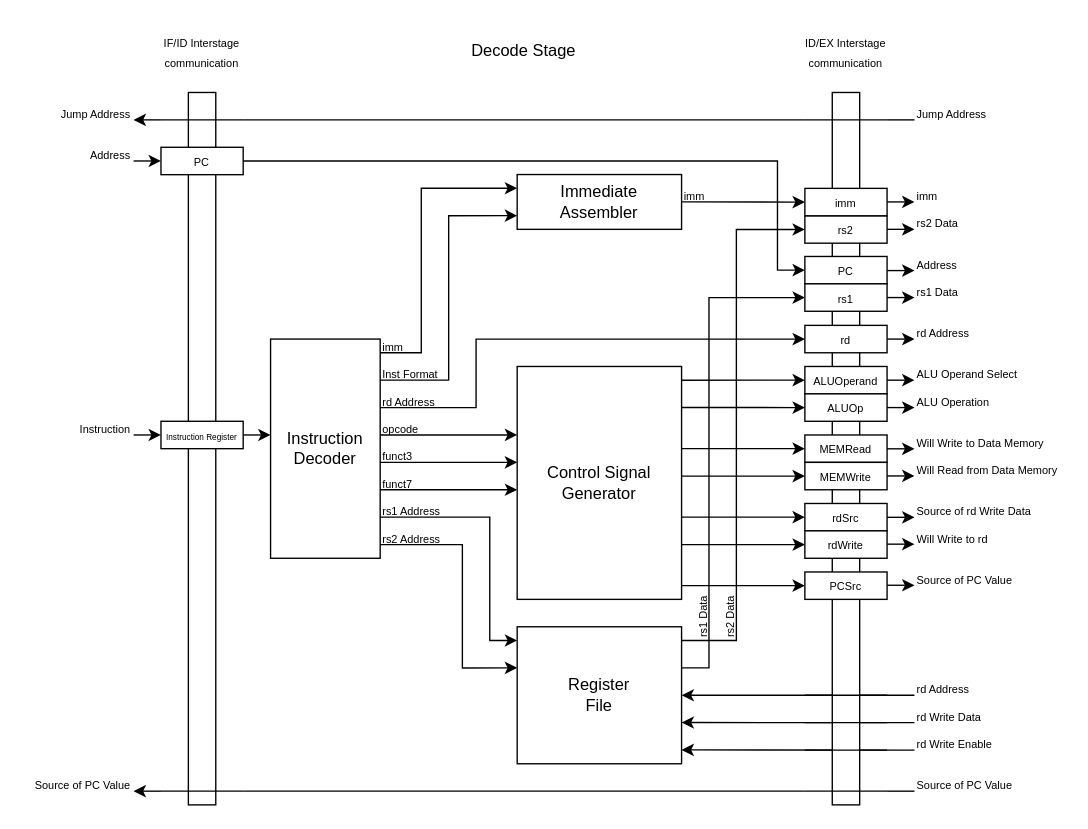
WachirawichN/C0-CPU keeps this draw.io diagram as page "Decode stage" (3 of 6) of docs/imgs/microarchitecture/datapath.drawio. Above is the earlier version. Source tidied: cells renumbered, new cells numbered last; positions are measured from the earlier drawing's top-left corner, leaving out a move shared by most shapes. Both pictures are drawn from the tidied source at 137%, with x=0, y=0 at pixel (23, 23).
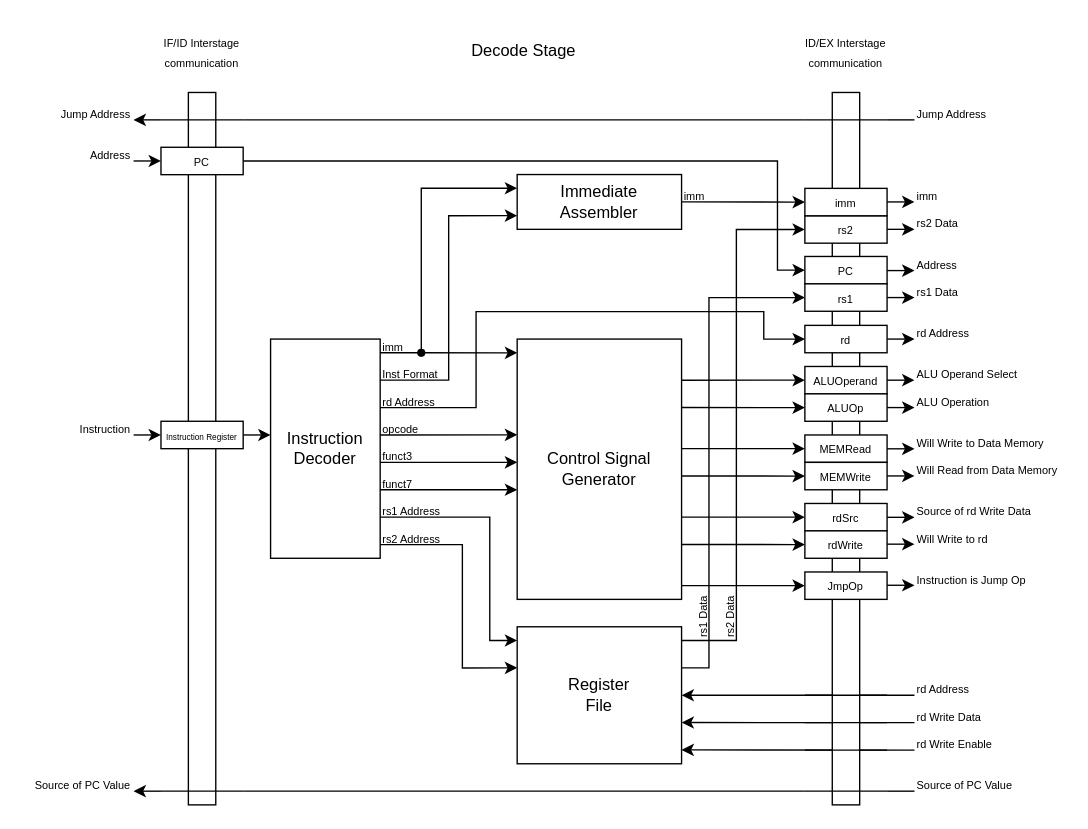
The same diagram, later.

Commit message (it also covers changes not shown here):
Many changes about PCSrc and JmpOp Control Signal

The change refers to these unchanged cells:
```xml
<mxCell id="40" value="&lt;span style=&quot;font-size: 8px;&quot;&gt;rd Address&lt;/span&gt;" style="text;html=1;whiteSpace=wrap;strokeColor=none;fillColor=none;align=left;verticalAlign=middle;rounded=0;" parent="1" vertex="1">
  <mxGeometry x="260" y="270" width="50" height="10" as="geometry" />
</mxCell>
<mxCell id="41" value="&lt;span style=&quot;font-size: 8px;&quot;&gt;opcode&lt;/span&gt;" style="text;html=1;whiteSpace=wrap;strokeColor=none;fillColor=none;align=left;verticalAlign=middle;rounded=0;" parent="1" vertex="1">
  <mxGeometry x="260" y="290" width="50" height="10" as="geometry" />
</mxCell>
<mxCell id="67" style="group;" parent="1" vertex="1">
  <mxGeometry x="560" width="80" height="570" as="geometry" />
</mxCell>
<mxCell id="79" value="&lt;font style=&quot;font-size: 8px;&quot;&gt;rd&lt;/font&gt;" style="rounded=0;whiteSpace=wrap;html=1;strokeColor=light-dark(#000000,#FFFFFF);fillColor=light-dark(#FFFFFF,#000000);" parent="67" vertex="1">
  <mxGeometry x="10" y="220" width="60" height="20" as="geometry" />
</mxCell>
<mxCell id="80" value="&lt;font style=&quot;font-size: 8px;&quot;&gt;ALUOperand&lt;/font&gt;" style="rounded=0;whiteSpace=wrap;html=1;strokeColor=light-dark(#000000,#FFFFFF);fillColor=light-dark(#FFFFFF,#000000);" parent="67" vertex="1">
  <mxGeometry x="10" y="250" width="60" height="20" as="geometry" />
</mxCell>
<mxCell id="82" value="&lt;font style=&quot;font-size: 8px;&quot;&gt;MEMRead&lt;/font&gt;" style="rounded=0;whiteSpace=wrap;html=1;strokeColor=light-dark(#000000,#FFFFFF);fillColor=light-dark(#FFFFFF,#000000);" parent="67" vertex="1">
  <mxGeometry x="10" y="300" width="60" height="20" as="geometry" />
</mxCell>
<mxCell id="83" value="&lt;font style=&quot;font-size: 8px;&quot;&gt;MEMWrite&lt;/font&gt;" style="rounded=0;whiteSpace=wrap;html=1;strokeColor=light-dark(#000000,#FFFFFF);fillColor=light-dark(#FFFFFF,#000000);" parent="67" vertex="1">
  <mxGeometry x="10" y="320" width="60" height="20" as="geometry" />
</mxCell>
<mxCell id="84" value="&lt;font style=&quot;font-size: 8px;&quot;&gt;rdSrc&lt;/font&gt;" style="rounded=0;whiteSpace=wrap;html=1;strokeColor=light-dark(#000000,#FFFFFF);fillColor=light-dark(#FFFFFF,#000000);" parent="67" vertex="1">
  <mxGeometry x="10" y="350" width="60" height="20" as="geometry" />
</mxCell>
<mxCell id="85" value="&lt;font style=&quot;font-size: 8px;&quot;&gt;rdWrite&lt;/font&gt;" style="rounded=0;whiteSpace=wrap;html=1;strokeColor=light-dark(#000000,#FFFFFF);fillColor=light-dark(#FFFFFF,#000000);" parent="67" vertex="1">
  <mxGeometry x="10" y="370" width="60" height="20" as="geometry" />
</mxCell>
```

Diff of the diagram source:
```diff
@@
     <mxCell id="34" value="Control Signal Generator" style="rounded=0;whiteSpace=wrap;html=1;fillColor=light-dark(#FFFFFF,#000000);" parent="1" vertex="1">
-      <mxGeometry x="360" y="250" width="120" height="170" as="geometry" />
+      <mxGeometry x="360" y="230" width="120" height="190" as="geometry" />
     </mxCell>
@@
     <mxCell id="39" style="endArrow=classic;html=1;rounded=0;exitX=0;exitY=1;exitDx=0;exitDy=0;entryX=0;entryY=0.5;entryDx=0;entryDy=0;" parent="1" edge="1" source="40" target="79">
       <mxGeometry relative="1" as="geometry">
         <Array as="points">
           <mxPoint x="330" y="280" />
-          <mxPoint x="330" y="230" />
+          <mxPoint x="330" y="210" />
+          <mxPoint x="540" y="210" />
+          <mxPoint x="540" y="230" />
         </Array>
       </mxGeometry>
     </mxCell>
@@
-    <mxCell id="46" style="endArrow=classic;html=1;rounded=0;exitX=0;exitY=1;exitDx=0;exitDy=0;entryX=0;entryY=0.294;entryDx=0;entryDy=0;entryPerimeter=0;" parent="1" edge="1" source="41" target="34">
+    <mxCell id="46" style="endArrow=classic;html=1;rounded=0;exitX=0;exitY=1;exitDx=0;exitDy=0;entryX=0;entryY=0.368;entryDx=0;entryDy=0;entryPerimeter=0;" parent="1" edge="1" source="41" target="34">
       <mxGeometry relative="1" as="geometry" />
     </mxCell>
@@
-    <mxCell id="49" style="endArrow=classic;html=1;rounded=0;entryX=0;entryY=0.5;entryDx=0;entryDy=0;exitX=1;exitY=0.059;exitDx=0;exitDy=0;exitPerimeter=0;" parent="1" edge="1" source="34" target="80">
+    <mxCell id="49" style="endArrow=classic;html=1;rounded=0;entryX=0;entryY=0.5;entryDx=0;entryDy=0;exitX=1;exitY=0.158;exitDx=0;exitDy=0;exitPerimeter=0;" parent="1" edge="1" source="34" target="80">
       <mxGeometry relative="1" as="geometry" />
     </mxCell>
-    <mxCell id="50" style="endArrow=classic;html=1;rounded=0;exitX=1;exitY=0.176;exitDx=0;exitDy=0;exitPerimeter=0;" parent="1" edge="1" source="34">
+    <mxCell id="50" style="endArrow=classic;html=1;rounded=0;exitX=1;exitY=0.263;exitDx=0;exitDy=0;exitPerimeter=0;" parent="1" edge="1" source="34">
       <mxGeometry relative="1" as="geometry">
         <mxPoint x="570" y="280" as="targetPoint" />
       </mxGeometry>
     </mxCell>
-    <mxCell id="51" style="endArrow=classic;html=1;rounded=0;exitX=1;exitY=0.353;exitDx=0;exitDy=0;exitPerimeter=0;entryX=0;entryY=0.5;entryDx=0;entryDy=0;" parent="1" edge="1" source="34" target="82">
+    <mxCell id="51" style="endArrow=classic;html=1;rounded=0;exitX=1;exitY=0.421;exitDx=0;exitDy=0;exitPerimeter=0;entryX=0;entryY=0.5;entryDx=0;entryDy=0;" parent="1" edge="1" source="34" target="82">
       <mxGeometry relative="1" as="geometry" />
     </mxCell>
-    <mxCell id="52" style="endArrow=classic;html=1;rounded=0;exitX=1;exitY=0.471;exitDx=0;exitDy=0;exitPerimeter=0;entryX=0;entryY=0.5;entryDx=0;entryDy=0;" parent="1" edge="1" source="34" target="83">
+    <mxCell id="52" style="endArrow=classic;html=1;rounded=0;exitX=1;exitY=0.526;exitDx=0;exitDy=0;exitPerimeter=0;entryX=0;entryY=0.5;entryDx=0;entryDy=0;" parent="1" edge="1" source="34" target="83">
       <mxGeometry relative="1" as="geometry" />
     </mxCell>
-    <mxCell id="53" style="endArrow=classic;html=1;rounded=0;exitX=1;exitY=0.647;exitDx=0;exitDy=0;exitPerimeter=0;entryX=0;entryY=0.5;entryDx=0;entryDy=0;" parent="1" edge="1" source="34" target="84">
+    <mxCell id="53" style="endArrow=classic;html=1;rounded=0;exitX=1;exitY=0.684;exitDx=0;exitDy=0;exitPerimeter=0;entryX=0;entryY=0.5;entryDx=0;entryDy=0;" parent="1" edge="1" source="34" target="84">
       <mxGeometry relative="1" as="geometry" />
     </mxCell>
-    <mxCell id="54" style="endArrow=classic;html=1;rounded=0;exitX=1;exitY=0.765;exitDx=0;exitDy=0;exitPerimeter=0;entryX=0;entryY=0.5;entryDx=0;entryDy=0;" parent="1" edge="1" source="34" target="85">
+    <mxCell id="54" style="endArrow=classic;html=1;rounded=0;exitX=1;exitY=0.789;exitDx=0;exitDy=0;exitPerimeter=0;entryX=0;entryY=0.5;entryDx=0;entryDy=0;" parent="1" edge="1" source="34" target="85">
       <mxGeometry relative="1" as="geometry" />
     </mxCell>
-    <mxCell id="55" style="endArrow=classic;html=1;rounded=0;exitX=1;exitY=0.941;exitDx=0;exitDy=0;exitPerimeter=0;entryX=0;entryY=0.5;entryDx=0;entryDy=0;" parent="1" edge="1" source="34" target="86">
+    <mxCell id="55" style="endArrow=classic;html=1;rounded=0;exitX=1;exitY=0.947;exitDx=0;exitDy=0;exitPerimeter=0;entryX=0;entryY=0.5;entryDx=0;entryDy=0;" parent="1" edge="1" source="34" target="86">
       <mxGeometry relative="1" as="geometry" />
     </mxCell>
@@
-    <mxCell id="86" value="&lt;font style=&quot;font-size: 8px;&quot;&gt;PCSrc&lt;/font&gt;" style="rounded=0;whiteSpace=wrap;html=1;strokeColor=light-dark(#000000,#FFFFFF);fillColor=light-dark(#FFFFFF,#000000);" parent="67" vertex="1">
+    <mxCell id="86" value="&lt;font style=&quot;font-size: 8px;&quot;&gt;JmpOp&lt;/font&gt;" style="rounded=0;whiteSpace=wrap;html=1;strokeColor=light-dark(#000000,#FFFFFF);fillColor=light-dark(#FFFFFF,#000000);" parent="67" vertex="1">
       <mxGeometry x="10" y="400" width="60" height="20" as="geometry" />
     </mxCell>
@@
-    <mxCell id="102" value="&lt;span style=&quot;font-size: 8px;&quot;&gt;Source of PC Value&lt;/span&gt;" style="text;html=1;whiteSpace=wrap;strokeColor=none;fillColor=none;align=left;verticalAlign=middle;rounded=0;" parent="1" vertex="1">
+    <mxCell id="102" value="&lt;span style=&quot;font-size: 8px;&quot;&gt;Instruction is Jump Op&lt;/span&gt;" style="text;html=1;whiteSpace=wrap;strokeColor=none;fillColor=none;align=left;verticalAlign=middle;rounded=0;" parent="1" vertex="1">
       <mxGeometry x="650" y="399.7" width="90" height="10" as="geometry" />
     </mxCell>
@@
+    <mxCell id="109" style="shape=waypoint;sketch=0;fillStyle=solid;size=6;points=[];fillColor=none;perimeter=centerPerimeter;snapToPoint=1;" parent="1" vertex="1">
+      <mxGeometry x="280" y="230" width="20" height="20" as="geometry" />
+    </mxCell>
+    <mxCell id="110" style="endArrow=classic;html=1;rounded=0;entryX=0;entryY=0.053;entryDx=0;entryDy=0;entryPerimeter=0;" parent="1" edge="1" source="109" target="34">
+      <mxGeometry relative="1" as="geometry" />
+    </mxCell>
```
